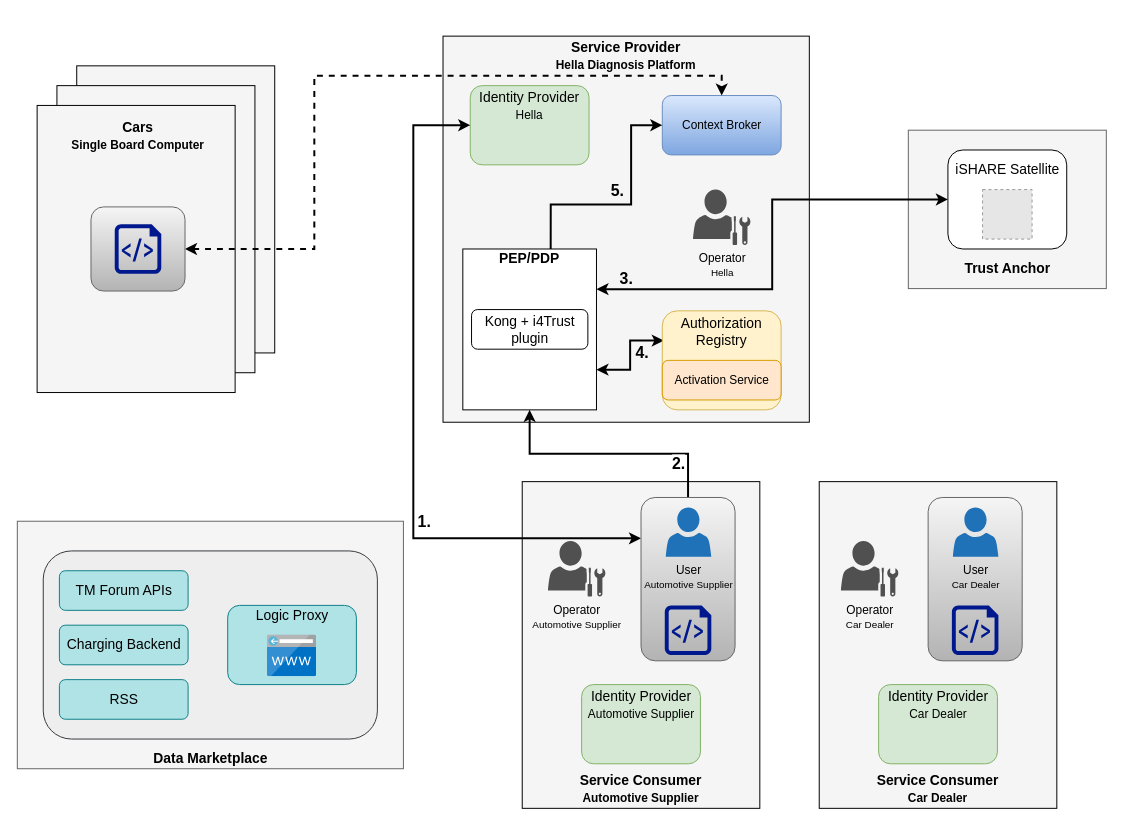
wistefan/ai-marketplace keeps this draw.io diagram as page "i4Trust_Service-Access" (4 of 4) of doc/img/Demonstrator.drawio. Above is the earlier version. Source tidied: cells renumbered, new cells numbered last; positions are measured from the earlier drawing's top-left corner, leaving out a move shared by most shapes. Both pictures are drawn from the tidied source at 99%, with x=0, y=0 at pixel (17, 36). Pictures stored in the file or linked from it are replaced by grey dashed boxes.
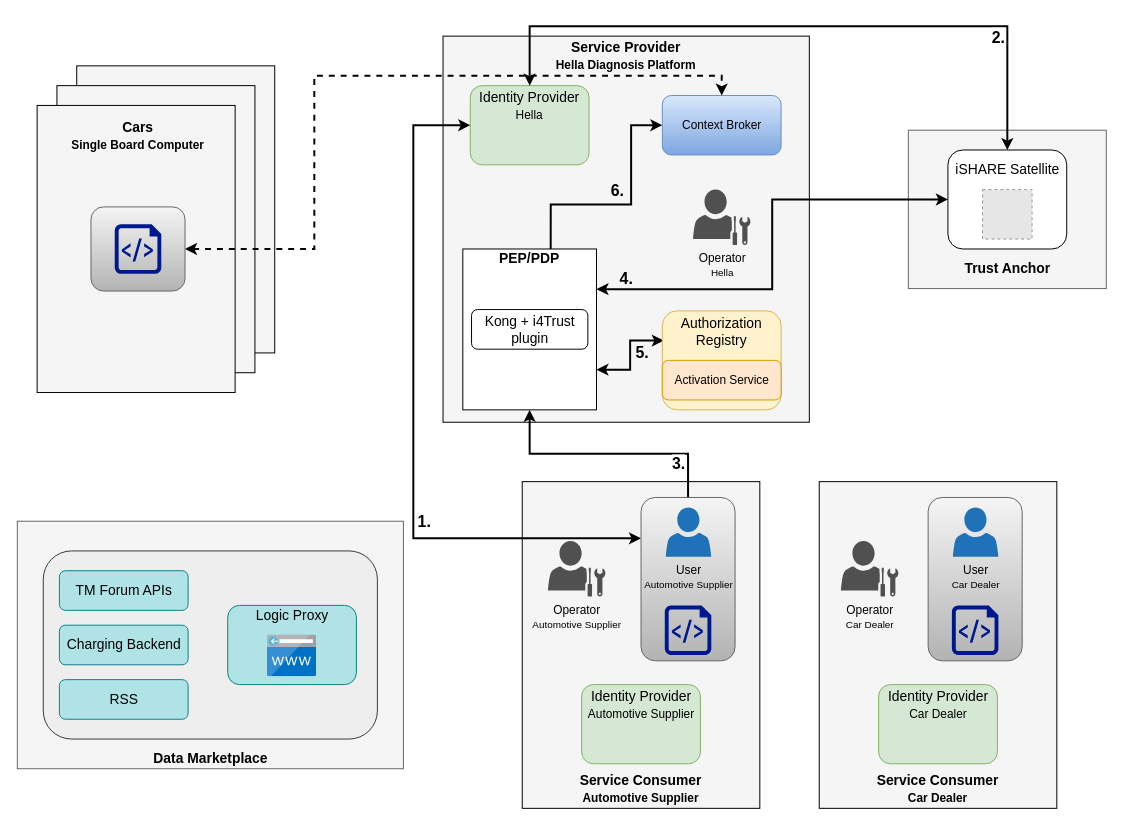
Above is the later version.

The change refers to these unchanged cells:
```xml
<mxCell id="28" value="iSHARE Satellite" style="text;html=1;strokeColor=none;fillColor=none;align=center;verticalAlign=middle;whiteSpace=wrap;rounded=0;fontSize=14;" parent="1" vertex="1">
  <mxGeometry x="941.5" y="115" width="117" height="40" as="geometry" />
</mxCell>
<mxCell id="31" style="edgeStyle=orthogonalEdgeStyle;rounded=0;jettySize=auto;html=1;exitX=1;exitY=0.75;exitDx=0;exitDy=0;entryX=0;entryY=0.75;entryDx=0;entryDy=0;strokeWidth=2;fontSize=16;startArrow=classic;startFill=1;targetPerimeterSpacing=0;" parent="1" edge="1" source="35" target="41">
  <mxGeometry relative="1" as="geometry" />
</mxCell>
<mxCell id="33" style="edgeStyle=orthogonalEdgeStyle;rounded=0;jettySize=auto;html=1;exitX=1;exitY=0.25;exitDx=0;exitDy=0;entryX=0;entryY=0.5;entryDx=0;entryDy=0;strokeWidth=2;fontSize=16;startArrow=classic;startFill=1;targetPerimeterSpacing=0;" parent="1" edge="1" source="35" target="27">
  <mxGeometry relative="1" as="geometry" />
</mxCell>
<mxCell id="36" style="edgeStyle=orthogonalEdgeStyle;rounded=0;jettySize=auto;html=1;exitX=0.75;exitY=0;exitDx=0;exitDy=0;entryX=0;entryY=0.5;entryDx=0;entryDy=0;strokeWidth=2;fontSize=16;startArrow=none;startFill=0;targetPerimeterSpacing=0;" parent="1" edge="1" source="38" target="21">
  <mxGeometry relative="1" as="geometry">
    <Array as="points">
      <mxPoint x="539" y="170" />
      <mxPoint x="620" y="170" />
      <mxPoint x="620" y="90" />
    </Array>
  </mxGeometry>
</mxCell>
<mxCell id="44" value="Identity Provider&lt;br&gt;&lt;font style=&quot;font-size: 12px;&quot;&gt;Hella&lt;/font&gt;" style="text;html=1;strokeColor=none;fillColor=none;align=center;verticalAlign=middle;whiteSpace=wrap;rounded=0;fontSize=14;" parent="1" vertex="1">
  <mxGeometry x="459" y="50" width="117" height="40" as="geometry" />
</mxCell>
<mxCell id="56" style="edgeStyle=orthogonalEdgeStyle;rounded=0;jettySize=auto;html=1;exitX=0.5;exitY=0;exitDx=0;exitDy=0;entryX=0.5;entryY=1;entryDx=0;entryDy=0;strokeWidth=2;fontSize=16;startArrow=none;startFill=0;targetPerimeterSpacing=0;" parent="1" edge="1" source="58" target="35">
  <mxGeometry relative="1" as="geometry" />
</mxCell>
```

Diff of the diagram source:
```diff
@@
-    <mxCell id="32" value="&lt;b&gt;4.&lt;/b&gt;" style="edgeLabel;html=1;align=center;verticalAlign=middle;fontSize=16;labelBackgroundColor=none;" parent="31" vertex="1">
+    <mxCell id="32" value="&lt;b&gt;5.&lt;/b&gt;" style="edgeLabel;html=1;align=center;verticalAlign=middle;fontSize=16;labelBackgroundColor=none;" parent="31" vertex="1">
       <mxGeometry x="-0.04" y="1" relative="1" as="geometry">
         <mxPoint x="12" y="-4" as="offset" />
       </mxGeometry>
     </mxCell>
@@
-    <mxCell id="34" value="&lt;b&gt;3.&lt;/b&gt;" style="edgeLabel;html=1;align=center;verticalAlign=middle;fontSize=16;labelBackgroundColor=none;" parent="33" vertex="1">
+    <mxCell id="34" value="&lt;b&gt;4.&lt;/b&gt;" style="edgeLabel;html=1;align=center;verticalAlign=middle;fontSize=16;labelBackgroundColor=none;" parent="33" vertex="1">
       <mxGeometry x="-0.85" y="2" relative="1" as="geometry">
         <mxPoint x="-3" y="-9" as="offset" />
       </mxGeometry>
     </mxCell>
@@
-    <mxCell id="37" value="&lt;b&gt;5.&lt;/b&gt;" style="edgeLabel;html=1;align=center;verticalAlign=middle;fontSize=16;labelBackgroundColor=none;" parent="36" vertex="1">
+    <mxCell id="37" value="&lt;b&gt;6.&lt;/b&gt;" style="edgeLabel;html=1;align=center;verticalAlign=middle;fontSize=16;labelBackgroundColor=none;" parent="36" vertex="1">
       <mxGeometry x="-0.06" y="-1" relative="1" as="geometry">
         <mxPoint y="-16" as="offset" />
       </mxGeometry>
     </mxCell>
@@
+    <mxCell id="62" style="edgeStyle=orthogonalEdgeStyle;rounded=0;jettySize=auto;html=1;exitX=0.5;exitY=0;exitDx=0;exitDy=0;entryX=0.5;entryY=0;entryDx=0;entryDy=0;strokeWidth=2;fontSize=16;startArrow=classic;startFill=1;targetPerimeterSpacing=0;" parent="1" edge="1" source="44" target="28">
+      <mxGeometry relative="1" as="geometry">
+        <Array as="points">
+          <mxPoint x="518" y="-10" />
+          <mxPoint x="1000" y="-10" />
+        </Array>
+      </mxGeometry>
+    </mxCell>
+    <mxCell id="63" value="&lt;b&gt;2.&lt;/b&gt;" style="edgeLabel;html=1;align=center;verticalAlign=middle;fontSize=16;" parent="62" vertex="1">
+      <mxGeometry x="0.61" y="-3" relative="1" as="geometry">
+        <mxPoint x="-4" y="7" as="offset" />
+      </mxGeometry>
+    </mxCell>
@@
-    <mxCell id="57" value="&lt;b&gt;2.&lt;/b&gt;" style="edgeLabel;html=1;align=center;verticalAlign=middle;fontSize=16;spacingTop=4;spacingRight=4;" parent="56" vertex="1">
+    <mxCell id="57" value="&lt;b&gt;3.&lt;/b&gt;" style="edgeLabel;html=1;align=center;verticalAlign=middle;fontSize=16;spacingTop=4;spacingRight=4;" parent="56" vertex="1">
       <mxGeometry x="-0.03" y="-1" relative="1" as="geometry">
         <mxPoint x="69" y="9" as="offset" />
       </mxGeometry>
     </mxCell>
```
